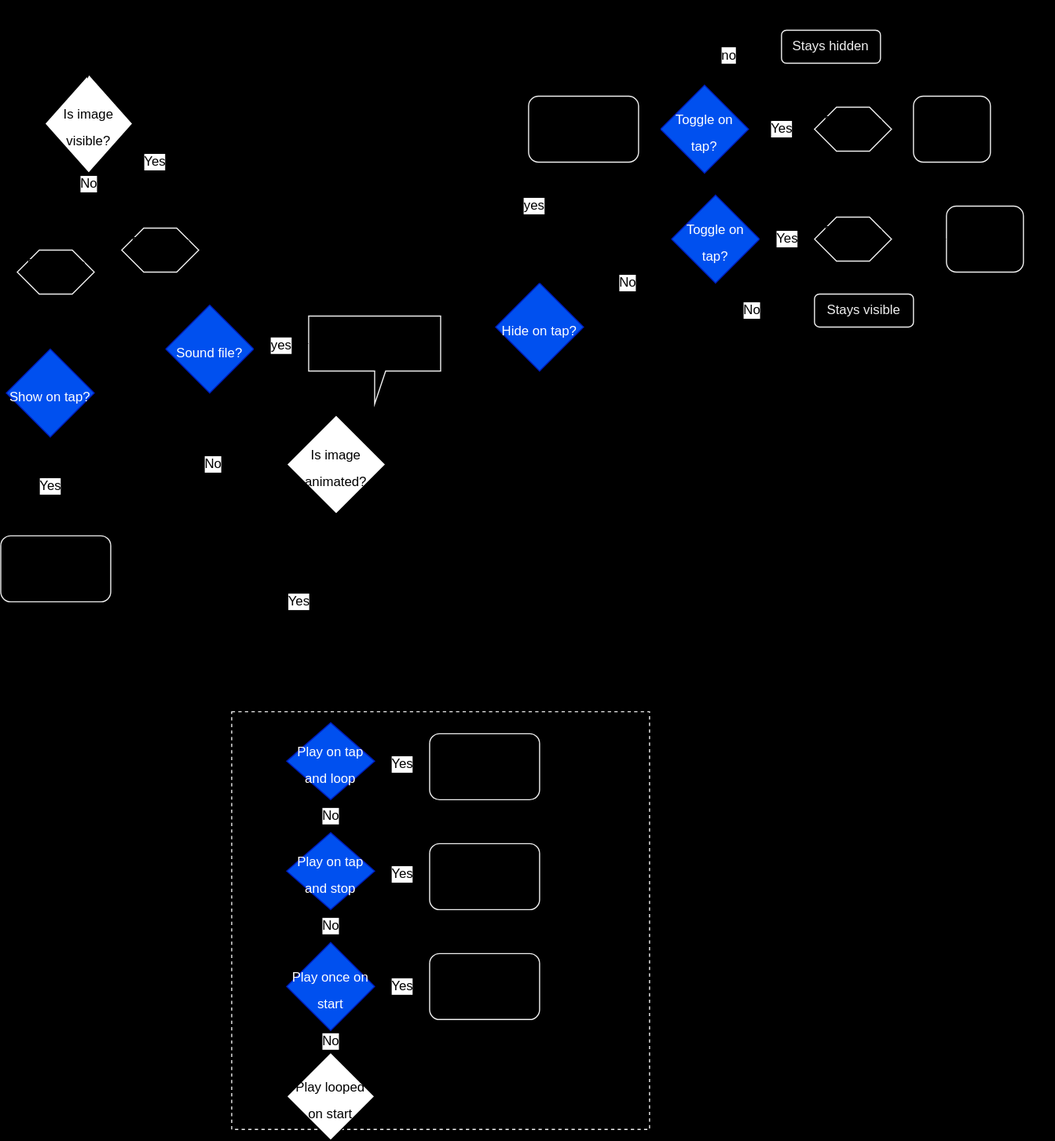
ji-devs/ji-cloud-flowcharts keeps this draw.io diagram as legacy-player/Houdini.drawio.svg. Above is the earlier version. Source tidied: cells renumbered, new cells last; positions are measured from the earlier drawing's top-left corner, leaving out a move shared by most shapes.
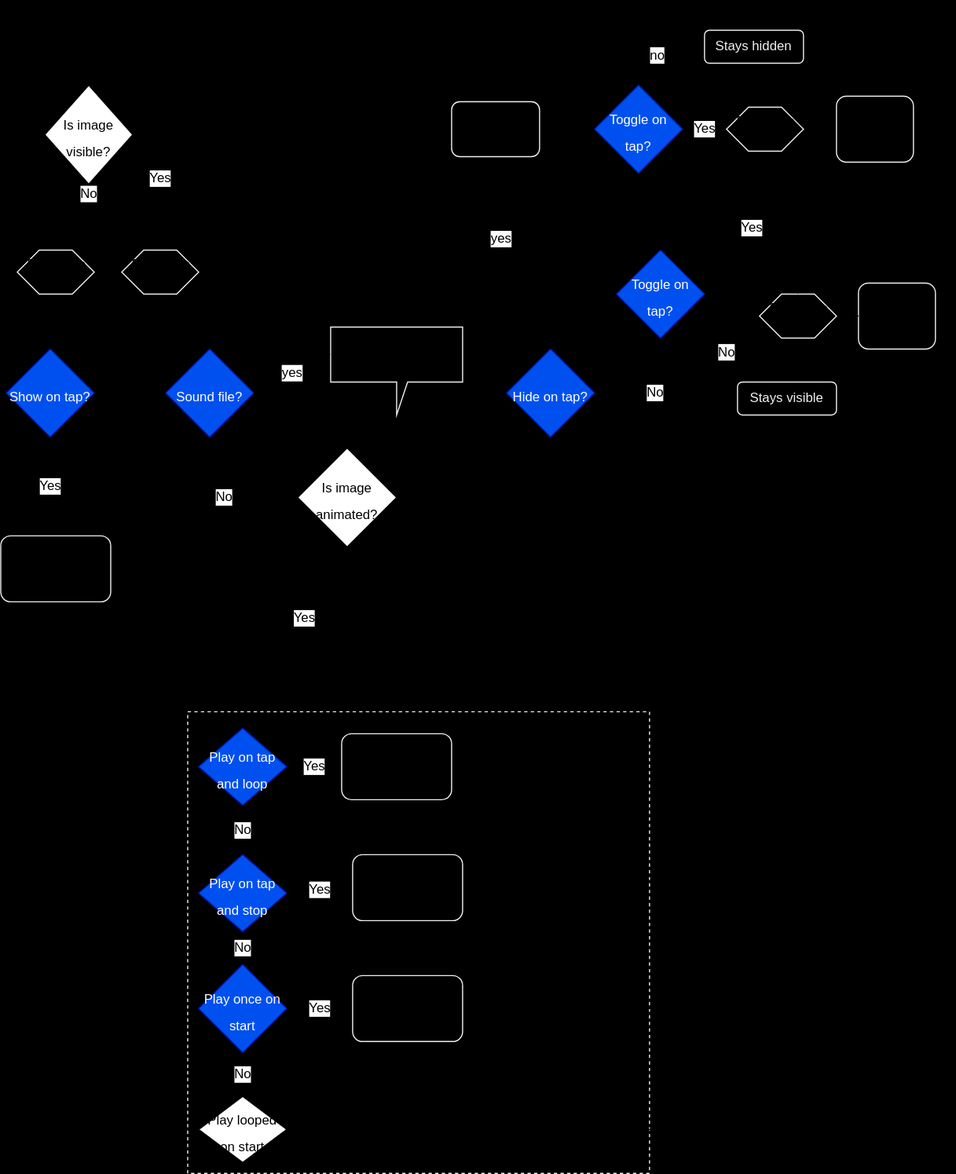
The same file after the commit.

Diff of the diagram source:
```diff
@@ -6,7 +6,7 @@
       <mxGeometry relative="1" as="geometry" />
     </mxCell>
     <mxCell id="3" style="whiteSpace=wrap;html=1;labelBackgroundColor=none;strokeColor=#f0f0f0;fillColor=none;fontSize=12;dashed=1;" parent="1" vertex="1">
-      <mxGeometry x="210" y="640" width="380" height="380" as="geometry" />
+      <mxGeometry x="170" y="640" width="420" height="420" as="geometry" />
     </mxCell>
     <mxCell id="4" value="Houdini - actions on any image/sticker/animation" style="text;html=1;strokeColor=none;fillColor=none;align=center;verticalAlign=middle;whiteSpace=wrap;rounded=0;fontStyle=1;fontSize=20;" parent="1" vertex="1">
       <mxGeometry x="40" y="10" width="350" height="50" as="geometry" />
@@ -18,7 +18,7 @@
       <mxGeometry relative="1" as="geometry" />
     </mxCell>
     <mxCell id="7" value="&lt;font style=&quot;font-size: 12px&quot;&gt;Play on tap and loop&lt;/font&gt;" style="rhombus;whiteSpace=wrap;html=1;fontSize=20;fillColor=#0050ef;strokeColor=#001DBC;fontColor=#ffffff;" parent="1" vertex="1">
-      <mxGeometry x="260" y="650" width="80" height="70" as="geometry" />
+      <mxGeometry x="180" y="655" width="80" height="70" as="geometry" />
     </mxCell>
     <mxCell id="8" value="Yes" style="edgeStyle=orthogonalEdgeStyle;rounded=0;jettySize=auto;html=1;entryX=0;entryY=0.5;entryDx=0;entryDy=0;fontSize=12;" parent="1" edge="1" source="10" target="15">
       <mxGeometry relative="1" as="geometry" />
@@ -27,7 +27,7 @@
       <mxGeometry relative="1" as="geometry" />
     </mxCell>
     <mxCell id="10" value="&lt;font style=&quot;font-size: 12px&quot;&gt;Play on tap and stop&lt;/font&gt;" style="rhombus;whiteSpace=wrap;html=1;fontSize=20;fillColor=#0050ef;strokeColor=#001DBC;fontColor=#ffffff;" parent="1" vertex="1">
-      <mxGeometry x="260" y="750" width="80" height="70" as="geometry" />
+      <mxGeometry x="180" y="770" width="80" height="70" as="geometry" />
     </mxCell>
     <mxCell id="11" value="Yes" style="edgeStyle=orthogonalEdgeStyle;rounded=0;jettySize=auto;html=1;fontSize=12;" parent="1" edge="1" source="13" target="16">
       <mxGeometry relative="1" as="geometry" />
@@ -36,81 +36,102 @@
       <mxGeometry relative="1" as="geometry" />
     </mxCell>
     <mxCell id="13" value="&lt;span style=&quot;font-size: 12px&quot;&gt;Play once on start&lt;/span&gt;" style="rhombus;whiteSpace=wrap;html=1;fontSize=20;fillColor=#0050ef;strokeColor=#001DBC;fontColor=#ffffff;" parent="1" vertex="1">
-      <mxGeometry x="260" y="850" width="80" height="80" as="geometry" />
+      <mxGeometry x="180" y="870" width="80" height="80" as="geometry" />
     </mxCell>
+    <mxCell id="58" style="edgeStyle=orthogonalEdgeStyle;rounded=0;jettySize=auto;html=1;fontSize=12;" parent="1" edge="1" source="14">
+      <mxGeometry relative="1" as="geometry">
+        <mxPoint x="610" y="700" as="targetPoint" />
+        <Array as="points">
+          <mxPoint x="360" y="740" />
+          <mxPoint x="592" y="740" />
+        </Array>
+      </mxGeometry>
+    </mxCell>
     <mxCell id="14" value="Animation starts when tapped and loops" style="rounded=1;whiteSpace=wrap;html=1;labelBackgroundColor=none;strokeColor=#f0f0f0;fillColor=none;fontSize=12;" parent="1" vertex="1">
-      <mxGeometry x="390" y="660" width="100" height="60" as="geometry" />
+      <mxGeometry x="310" y="660" width="100" height="60" as="geometry" />
     </mxCell>
+    <mxCell id="59" style="edgeStyle=orthogonalEdgeStyle;rounded=0;jettySize=auto;html=1;fontSize=12;" parent="1" edge="1" source="15">
+      <mxGeometry relative="1" as="geometry">
+        <mxPoint x="610" y="790" as="targetPoint" />
+      </mxGeometry>
+    </mxCell>
     <mxCell id="15" value="Animation plays once on tap&amp;nbsp;" style="rounded=1;whiteSpace=wrap;html=1;labelBackgroundColor=none;strokeColor=#f0f0f0;fillColor=none;fontSize=12;" parent="1" vertex="1">
-      <mxGeometry x="390" y="760" width="100" height="60" as="geometry" />
+      <mxGeometry x="320" y="770" width="100" height="60" as="geometry" />
     </mxCell>
+    <mxCell id="60" style="edgeStyle=orthogonalEdgeStyle;rounded=0;jettySize=auto;html=1;fontSize=12;" parent="1" edge="1" source="16">
+      <mxGeometry relative="1" as="geometry">
+        <mxPoint x="610" y="830" as="targetPoint" />
+      </mxGeometry>
+    </mxCell>
     <mxCell id="16" value="Animation plays once on start of slide" style="rounded=1;whiteSpace=wrap;html=1;labelBackgroundColor=none;strokeColor=#f0f0f0;fillColor=none;fontSize=12;" parent="1" vertex="1">
-      <mxGeometry x="390" y="860" width="100" height="60" as="geometry" />
+      <mxGeometry x="320" y="880" width="100" height="60" as="geometry" />
     </mxCell>
     <mxCell id="17" value="If animation (one of these options)" style="text;html=1;strokeColor=none;fillColor=none;align=center;verticalAlign=middle;whiteSpace=wrap;rounded=0;labelBackgroundColor=none;fontSize=12;" parent="1" vertex="1">
       <mxGeometry x="210" y="620" width="190" height="20" as="geometry" />
     </mxCell>
+    <mxCell id="61" style="edgeStyle=orthogonalEdgeStyle;rounded=0;jettySize=auto;html=1;fontSize=12;" parent="1" edge="1" source="18">
+      <mxGeometry relative="1" as="geometry">
+        <mxPoint x="610" y="820" as="targetPoint" />
+      </mxGeometry>
+    </mxCell>
     <mxCell id="18" value="&lt;span style=&quot;font-size: 12px&quot;&gt;Play looped on start&lt;/span&gt;" style="rhombus;whiteSpace=wrap;html=1;fontSize=20;" parent="1" vertex="1">
-      <mxGeometry x="260" y="950" width="80" height="80" as="geometry" />
+      <mxGeometry x="180" y="990" width="80" height="60" as="geometry" />
     </mxCell>
+    <mxCell id="20" value="no" style="edgeStyle=orthogonalEdgeStyle;rounded=0;jettySize=auto;html=1;exitX=0.5;exitY=0;exitDx=0;exitDy=0;entryX=0;entryY=0.75;entryDx=0;entryDy=0;fontSize=12;" parent="1" edge="1" source="21" target="22">
+      <mxGeometry relative="1" as="geometry" />
+    </mxCell>
-    <mxCell id="19" value="Yes" style="edgeStyle=orthogonalEdgeStyle;rounded=0;jettySize=auto;html=1;fontSize=12;" parent="1" edge="1" source="21">
-      <mxGeometry relative="1" as="geometry">
-        <mxPoint x="740" y="110" as="targetPoint" />
-      </mxGeometry>
+    <mxCell id="19" value="Yes" style="edgeStyle=orthogonalEdgeStyle;rounded=0;jettySize=auto;html=1;fontSize=12;" parent="1" edge="1" source="21" target="55">
+      <mxGeometry relative="1" as="geometry" />
     </mxCell>
-    <mxCell id="20" value="no" style="edgeStyle=orthogonalEdgeStyle;rounded=0;jettySize=auto;html=1;exitX=0.5;exitY=0;exitDx=0;exitDy=0;entryX=0;entryY=0.75;entryDx=0;entryDy=0;fontSize=12;" parent="1" edge="1" source="21" target="22">
-      <mxGeometry relative="1" as="geometry" />
-    </mxCell>
     <mxCell id="21" value="&lt;font style=&quot;font-size: 12px&quot;&gt;Toggle on tap?&lt;/font&gt;" style="rhombus;whiteSpace=wrap;html=1;fontSize=20;fillColor=#0050ef;strokeColor=#001DBC;fontColor=#ffffff;" parent="1" vertex="1">
-      <mxGeometry x="600" y="70" width="80" height="80" as="geometry" />
+      <mxGeometry x="540" y="70" width="80" height="80" as="geometry" />
     </mxCell>
     <mxCell id="22" value="Stays hidden" style="whiteSpace=wrap;html=1;fontSize=12;fontColor=#f0f0f0;strokeColor=#f0f0f0;fillColor=none;rounded=1;" parent="1" vertex="1">
-      <mxGeometry x="710" y="20" width="90" height="30" as="geometry" />
+      <mxGeometry x="640" y="20" width="90" height="30" as="geometry" />
     </mxCell>
     <mxCell id="23" style="edgeStyle=orthogonalEdgeStyle;rounded=0;jettySize=auto;html=1;fontSize=12;" parent="1" edge="1" source="42" target="21">
       <mxGeometry relative="1" as="geometry" />
     </mxCell>
-    <mxCell id="24" value="No" style="edgeStyle=orthogonalEdgeStyle;rounded=0;jettySize=auto;html=1;entryX=0;entryY=0.5;entryDx=0;entryDy=0;fontSize=12;exitX=0.5;exitY=1;exitDx=0;exitDy=0;" parent="1" edge="1" source="25" target="28">
+    <mxCell id="24" value="No" style="edgeStyle=orthogonalEdgeStyle;rounded=0;jettySize=auto;html=1;entryX=0;entryY=0.5;entryDx=0;entryDy=0;fontSize=12;exitX=1;exitY=0.5;exitDx=0;exitDy=0;" parent="1" edge="1" source="25" target="28">
       <mxGeometry relative="1" as="geometry" />
     </mxCell>
     <mxCell id="25" value="&lt;font style=&quot;font-size: 12px&quot;&gt;Toggle on tap?&lt;/font&gt;" style="rhombus;whiteSpace=wrap;html=1;fontSize=20;fillColor=#0050ef;strokeColor=#001DBC;fontColor=#ffffff;" parent="1" vertex="1">
-      <mxGeometry x="610" y="170" width="80" height="80" as="geometry" />
+      <mxGeometry x="560" y="220" width="80" height="80" as="geometry" />
     </mxCell>
     <mxCell id="26" style="edgeStyle=orthogonalEdgeStyle;rounded=0;jettySize=auto;html=1;fontSize=12;exitX=1;exitY=0.5;exitDx=0;exitDy=0;" parent="1" edge="1" source="27">
       <mxGeometry relative="1" as="geometry">
         <mxPoint x="80" y="60" as="targetPoint" />
         <Array as="points">
-          <mxPoint x="950" y="210" />
-          <mxPoint x="950" />
+          <mxPoint x="850" y="210" />
+          <mxPoint x="860" y="210" />
+          <mxPoint x="860" />
           <mxPoint x="80" />
         </Array>
       </mxGeometry>
     </mxCell>
     <mxCell id="27" value="Hide image again" style="rounded=1;whiteSpace=wrap;html=1;labelBackgroundColor=none;strokeColor=#f0f0f0;fillColor=none;fontSize=12;" parent="1" vertex="1">
-      <mxGeometry x="860" y="180" width="70" height="60" as="geometry" />
+      <mxGeometry x="780" y="250" width="70" height="60" as="geometry" />
     </mxCell>
     <mxCell id="28" value="Stays visible" style="whiteSpace=wrap;html=1;fontSize=12;fontColor=#f0f0f0;strokeColor=#f0f0f0;fillColor=none;rounded=1;" parent="1" vertex="1">
-      <mxGeometry x="740" y="260" width="90" height="30" as="geometry" />
+      <mxGeometry x="670" y="340" width="90" height="30" as="geometry" />
     </mxCell>
     <mxCell id="29" value="No" style="edgeStyle=orthogonalEdgeStyle;rounded=0;jettySize=auto;html=1;fontSize=12;exitX=0.5;exitY=1;exitDx=0;exitDy=0;entryX=0;entryY=0.5;entryDx=0;entryDy=0;" parent="1" edge="1" source="30" target="46">
       <mxGeometry relative="1" as="geometry" />
     </mxCell>
     <mxCell id="30" value="&lt;font style=&quot;font-size: 12px&quot;&gt;Sound file?&lt;/font&gt;" style="rhombus;whiteSpace=wrap;html=1;fontSize=20;fillColor=#0050ef;strokeColor=#001DBC;fontColor=#ffffff;" parent="1" vertex="1">
-      <mxGeometry x="150" y="270" width="80" height="80" as="geometry" />
+      <mxGeometry x="150" y="310" width="80" height="80" as="geometry" />
     </mxCell>
     <mxCell id="31" style="edgeStyle=orthogonalEdgeStyle;rounded=0;jettySize=auto;html=1;entryX=0.5;entryY=0;entryDx=0;entryDy=0;fontSize=12;" parent="1" edge="1" source="32" target="46">
       <mxGeometry relative="1" as="geometry" />
     </mxCell>
     <mxCell id="32" value="Play sound file on tap. Cuts off other sounds." style="shape=callout;whiteSpace=wrap;html=1;perimeter=calloutPerimeter;labelBackgroundColor=none;strokeColor=#f0f0f0;fillColor=none;fontSize=12;base=10;" parent="1" vertex="1">
-      <mxGeometry x="280" y="280" width="120" height="80" as="geometry" />
+      <mxGeometry x="300" y="290" width="120" height="80" as="geometry" />
     </mxCell>
     <mxCell id="33" value="yes" style="edgeStyle=orthogonalEdgeStyle;rounded=0;jettySize=auto;html=1;fontSize=12;entryX=0;entryY=0;entryDx=0;entryDy=25;entryPerimeter=0;" parent="1" edge="1" source="30" target="32">
       <mxGeometry relative="1" as="geometry" />
     </mxCell>
-    <mxCell id="34" value="Yes" style="edgeStyle=orthogonalEdgeStyle;rounded=0;jettySize=auto;html=1;fontSize=12;" parent="1" edge="1" source="36">
-      <mxGeometry relative="1" as="geometry">
-        <mxPoint x="140" y="195" as="targetPoint" />
-      </mxGeometry>
+    <mxCell id="34" value="Yes" style="edgeStyle=orthogonalEdgeStyle;rounded=0;jettySize=auto;html=1;fontSize=12;entryX=0.5;entryY=0;entryDx=0;entryDy=0;exitX=1;exitY=0.5;exitDx=0;exitDy=0;" parent="1" edge="1" source="36" target="50">
+      <mxGeometry relative="1" as="geometry" />
     </mxCell>
     <mxCell id="35" value="No" style="edgeStyle=orthogonalEdgeStyle;rounded=0;jettySize=auto;html=1;exitX=0.5;exitY=1;exitDx=0;exitDy=0;fontSize=12;entryX=0.5;entryY=0;entryDx=0;entryDy=0;entryPerimeter=0;" parent="1" edge="1" source="36" target="48">
       <mxGeometry x="-0.81" relative="1" as="geometry">
@@ -121,13 +142,13 @@
       </mxGeometry>
     </mxCell>
     <mxCell id="36" value="&lt;font style=&quot;font-size: 12px&quot;&gt;Is image visible?&lt;/font&gt;" style="rhombus;whiteSpace=wrap;html=1;fontSize=20;" parent="1" vertex="1">
-      <mxGeometry x="40" y="60" width="80" height="90" as="geometry" />
+      <mxGeometry x="40" y="70" width="80" height="90" as="geometry" />
     </mxCell>
     <mxCell id="37" value="No" style="edgeStyle=orthogonalEdgeStyle;rounded=0;jettySize=auto;html=1;fontSize=12;" parent="1" edge="1" source="38" target="25">
       <mxGeometry relative="1" as="geometry" />
     </mxCell>
     <mxCell id="38" value="&lt;font style=&quot;font-size: 12px&quot;&gt;Hide on tap?&lt;/font&gt;" style="rhombus;whiteSpace=wrap;html=1;fontSize=20;fillColor=#0050ef;strokeColor=#001DBC;fontColor=#ffffff;" parent="1" vertex="1">
-      <mxGeometry x="450" y="250" width="80" height="80" as="geometry" />
+      <mxGeometry x="460" y="310" width="80" height="80" as="geometry" />
     </mxCell>
     <mxCell id="39" value="Yes" style="edgeStyle=orthogonalEdgeStyle;rounded=0;jettySize=auto;html=1;entryX=0.44;entryY=-0.017;entryDx=0;entryDy=0;entryPerimeter=0;fontSize=12;" parent="1" edge="1" source="40" target="44">
       <mxGeometry relative="1" as="geometry" />
@@ -139,7 +160,7 @@
       <mxGeometry x="220" y="-1020" as="geometry" />
     </mxCell>
     <mxCell id="42" value="Hide image" style="rounded=1;whiteSpace=wrap;html=1;labelBackgroundColor=none;strokeColor=#f0f0f0;fillColor=none;fontSize=12;" parent="1" vertex="1">
-      <mxGeometry x="480" y="80" width="100" height="60" as="geometry" />
+      <mxGeometry x="410" y="85" width="80" height="50" as="geometry" />
     </mxCell>
     <mxCell id="43" style="edgeStyle=orthogonalEdgeStyle;rounded=0;jettySize=auto;html=1;fontSize=12;entryX=0;entryY=0.5;entryDx=0;entryDy=0;" parent="1" edge="1" source="44" target="30">
       <mxGeometry relative="1" as="geometry" />
@@ -151,7 +172,7 @@
       <mxGeometry relative="1" as="geometry" />
     </mxCell>
     <mxCell id="46" value="&lt;font style=&quot;font-size: 12px&quot;&gt;Is image animated?&lt;/font&gt;" style="rhombus;whiteSpace=wrap;html=1;fontSize=20;" parent="1" vertex="1">
-      <mxGeometry x="260" y="370" width="90" height="90" as="geometry" />
+      <mxGeometry x="270" y="400" width="90" height="90" as="geometry" />
     </mxCell>
     <mxCell id="47" style="edgeStyle=orthogonalEdgeStyle;rounded=0;jettySize=auto;html=1;entryX=0.5;entryY=0;entryDx=0;entryDy=0;fontSize=12;" parent="1" edge="1" source="48" target="40">
       <mxGeometry relative="1" as="geometry" />
@@ -163,38 +184,36 @@
       <mxGeometry relative="1" as="geometry" />
     </mxCell>
     <mxCell id="50" value="Tap image area" style="shape=hexagon;perimeter=hexagonPerimeter2;whiteSpace=wrap;html=1;fixedSize=1;labelBackgroundColor=none;strokeColor=#f0f0f0;fillColor=none;fontSize=12;" parent="1" vertex="1">
-      <mxGeometry x="110" y="200" width="70" height="40" as="geometry" />
+      <mxGeometry x="110" y="220" width="70" height="40" as="geometry" />
     </mxCell>
     <mxCell id="51" style="edgeStyle=orthogonalEdgeStyle;rounded=0;jettySize=auto;html=1;entryX=0;entryY=0.5;entryDx=0;entryDy=0;fontSize=12;" parent="1" edge="1" source="52" target="27">
       <mxGeometry relative="1" as="geometry" />
     </mxCell>
     <mxCell id="52" value="Tap image area" style="shape=hexagon;perimeter=hexagonPerimeter2;whiteSpace=wrap;html=1;fixedSize=1;labelBackgroundColor=none;strokeColor=#f0f0f0;fillColor=none;fontSize=12;" parent="1" vertex="1">
-      <mxGeometry x="740" y="190" width="70" height="40" as="geometry" />
+      <mxGeometry x="690" y="260" width="70" height="40" as="geometry" />
     </mxCell>
-    <mxCell id="53" value="Yes" style="edgeStyle=orthogonalEdgeStyle;rounded=0;jettySize=auto;html=1;fontSize=12;" parent="1" edge="1" target="52">
-      <mxGeometry relative="1" as="geometry">
-        <mxPoint x="690" y="210" as="sourcePoint" />
-      </mxGeometry>
+    <mxCell id="53" value="Yes" style="edgeStyle=orthogonalEdgeStyle;rounded=0;jettySize=auto;html=1;fontSize=12;exitX=0.5;exitY=0;exitDx=0;exitDy=0;entryX=0.5;entryY=0;entryDx=0;entryDy=0;" parent="1" edge="1" source="25" target="52">
+      <mxGeometry relative="1" as="geometry" />
     </mxCell>
     <mxCell id="54" style="edgeStyle=orthogonalEdgeStyle;rounded=0;jettySize=auto;html=1;exitX=1;exitY=0.5;exitDx=0;exitDy=0;fontSize=12;" parent="1" edge="1" source="55" target="57">
       <mxGeometry relative="1" as="geometry" />
     </mxCell>
     <mxCell id="55" value="Tap image area" style="shape=hexagon;perimeter=hexagonPerimeter2;whiteSpace=wrap;html=1;fixedSize=1;labelBackgroundColor=none;strokeColor=#f0f0f0;fillColor=none;fontSize=12;" parent="1" vertex="1">
-      <mxGeometry x="740" y="90" width="70" height="40" as="geometry" />
+      <mxGeometry x="660" y="90" width="70" height="40" as="geometry" />
     </mxCell>
     <mxCell id="56" style="edgeStyle=orthogonalEdgeStyle;rounded=0;jettySize=auto;html=1;entryX=0.111;entryY=1.08;entryDx=0;entryDy=0;entryPerimeter=0;fontSize=12;exitX=1;exitY=0.5;exitDx=0;exitDy=0;" parent="1" edge="1" source="57" target="4">
       <mxGeometry relative="1" as="geometry">
         <Array as="points">
-          <mxPoint x="920" y="110" />
-          <mxPoint x="920" y="10" />
+          <mxPoint x="850" y="110" />
+          <mxPoint x="850" y="10" />
           <mxPoint x="610" y="10" />
-          <mxPoint x="610" y="60" />
-          <mxPoint x="79" y="60" />
+          <mxPoint x="610" />
+          <mxPoint x="79" />
         </Array>
       </mxGeometry>
     </mxCell>
     <mxCell id="57" value="Show image again" style="rounded=1;whiteSpace=wrap;html=1;labelBackgroundColor=none;strokeColor=#f0f0f0;fillColor=none;fontSize=12;" parent="1" vertex="1">
-      <mxGeometry x="830" y="80" width="70" height="60" as="geometry" />
+      <mxGeometry x="760" y="80" width="70" height="60" as="geometry" />
     </mxCell>
   </root>
 </mxGraphModel>
```
